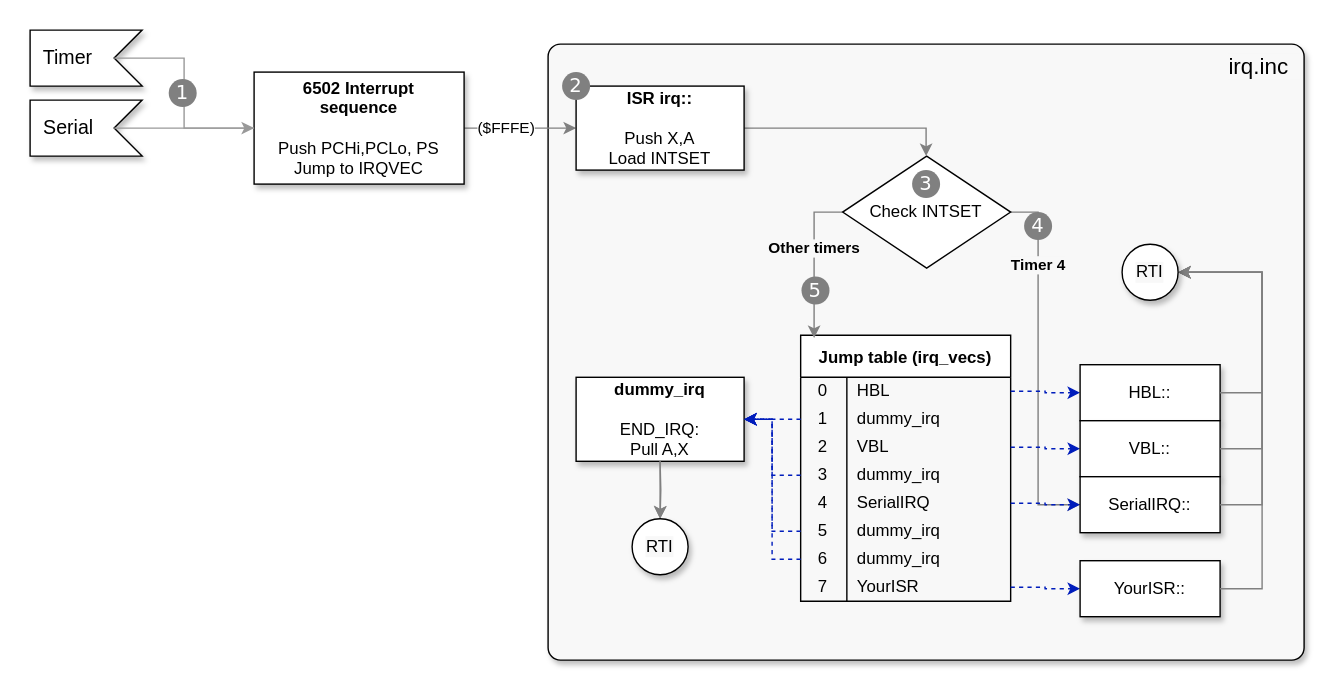
Above: page "Interrupts" (4 of 4) of bll-debugging.drawio in AtariLynx/atarilynx.github.io (draw.io), before the change. Source tidied: cells renumbered, new cells numbered last; positions are measured from the earlier drawing's top-left corner, leaving out a move shared by most shapes. Both pictures are drawn from the tidied source at 140%, with x=0, y=0 at pixel (29, 29).
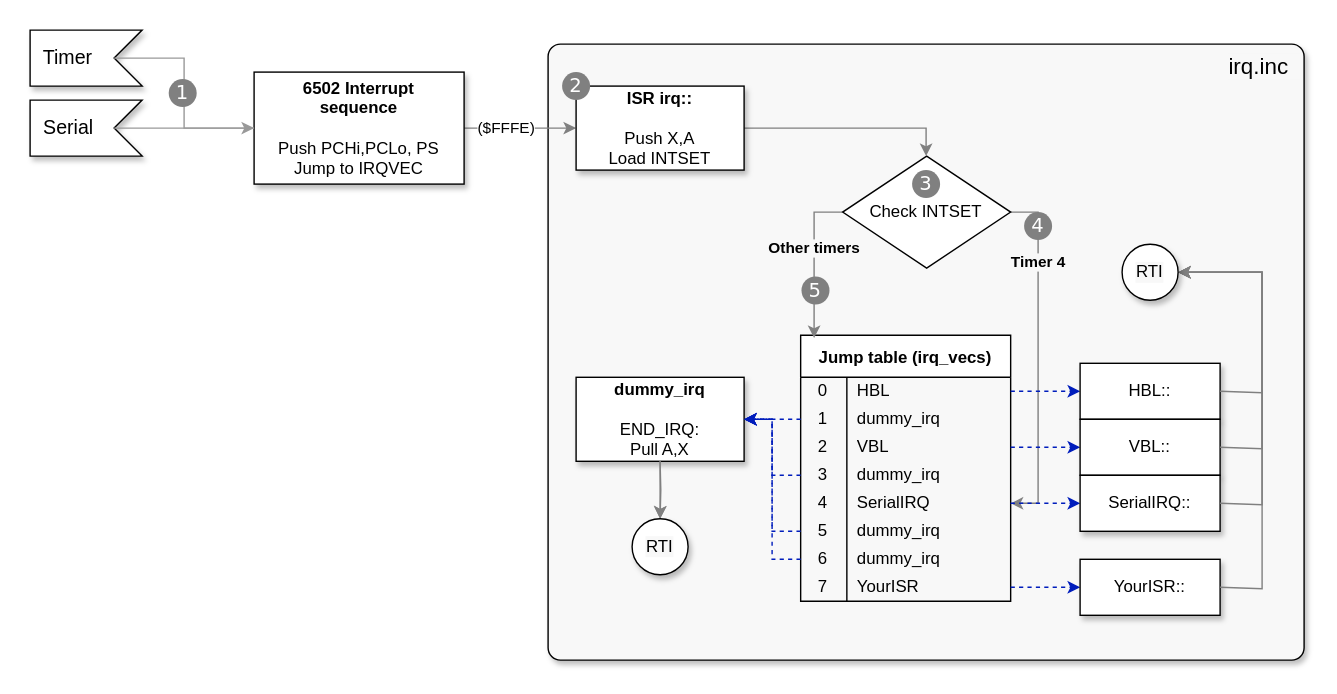
Above is the later version.

Unchanged cells that the change refers to:
```xml
<mxCell id="16" style="shape=tableRow;horizontal=0;startSize=0;swimlaneHead=0;swimlaneBody=0;top=0;left=0;bottom=0;right=0;fillColor=none;points=[[0,0.5],[1,0.5]];portConstraint=eastwest;" parent="3" vertex="1">
  <mxGeometry y="110" width="150" height="20" as="geometry" />
</mxCell>
<mxCell id="38" value="Check INTSET" style="rhombus;whiteSpace=wrap;html=1;labelBackgroundColor=#FFFFFF;fillColor=#FFFFFF;" parent="1" vertex="1">
  <mxGeometry x="580.4" y="90" width="120" height="80" as="geometry" />
</mxCell>
```

Diff of the diagram source:
```diff
@@
-    <mxCell id="36" value="&lt;b&gt;Timer 4&lt;/b&gt;" style="edgeStyle=elbowEdgeStyle;rounded=0;html=1;entryX=0;entryY=0.5;entryDx=0;entryDy=0;fillColor=#d80073;strokeColor=#808080;exitX=1;exitY=0.5;exitDx=0;exitDy=0;startArrow=none;labelBackgroundColor=#F8F8F8;" parent="1" edge="1" source="38" target="49">
+    <mxCell id="36" value="&lt;b&gt;Timer 4&lt;/b&gt;" style="edgeStyle=elbowEdgeStyle;rounded=0;html=1;entryX=1;entryY=0.5;entryDx=0;entryDy=0;fillColor=#d80073;strokeColor=#808080;exitX=1;exitY=0.5;exitDx=0;exitDy=0;startArrow=none;labelBackgroundColor=#F8F8F8;" parent="1" edge="1" source="38" target="16">
       <mxGeometry x="-0.55" relative="1" as="geometry">
         <Array as="points">
           <mxPoint x="720" y="280" />
           <mxPoint x="870" y="230" />
           <mxPoint x="720" y="220" />
           <mxPoint x="720" y="270" />
           <mxPoint x="625.4" y="280" />
           <mxPoint x="465.4" y="200" />
           <mxPoint x="485.4" y="260" />
           <mxPoint x="725.4" y="250" />
           <mxPoint x="625.4" y="210" />
         </Array>
       </mxGeometry>
     </mxCell>
@@
     <mxCell id="45" value="HBL::" style="rounded=0;whiteSpace=wrap;html=1;labelBackgroundColor=#FFFFFF;fillColor=#FFFFFF;shadow=1;" parent="1" vertex="1">
-      <mxGeometry x="750" y="239" width="100" height="40" as="geometry" />
+      <mxGeometry x="750" y="238" width="100" height="40" as="geometry" />
     </mxCell>
@@
     <mxCell id="47" value="VBL::" style="rounded=0;whiteSpace=wrap;html=1;labelBackgroundColor=#FFFFFF;fillColor=#FFFFFF;shadow=1;" parent="1" vertex="1">
-      <mxGeometry x="750" y="279" width="100" height="40" as="geometry" />
+      <mxGeometry x="750" y="278" width="100" height="40" as="geometry" />
     </mxCell>
@@
     <mxCell id="49" value="SerialIRQ::" style="rounded=0;whiteSpace=wrap;html=1;labelBackgroundColor=#FFFFFF;fillColor=#FFFFFF;shadow=1;" parent="1" vertex="1">
-      <mxGeometry x="750" y="319" width="100" height="40" as="geometry" />
+      <mxGeometry x="750" y="318" width="100" height="40" as="geometry" />
     </mxCell>
     <mxCell id="50" value="YourISR::" style="rounded=0;whiteSpace=wrap;html=1;labelBackgroundColor=#FFFFFF;fillColor=#FFFFFF;shadow=1;" parent="1" vertex="1">
-      <mxGeometry x="750" y="379" width="100" height="40" as="geometry" />
+      <mxGeometry x="750" y="378" width="100" height="40" as="geometry" />
     </mxCell>
```
